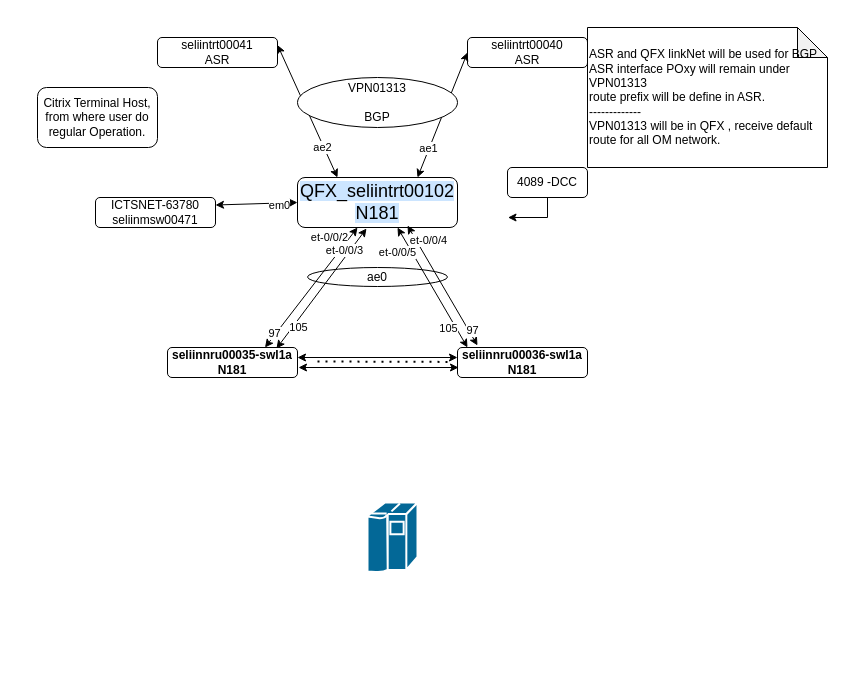
Above: page "VPN01313" (4 of 4) of N99_N280EXMPLE.drawio in nabi69/python-random-quote (draw.io), before the change. Source tidied: cells renumbered, new cells numbered last; positions are measured from the earlier drawing's top-left corner, leaving out a move shared by most shapes. Both pictures are drawn from the tidied source at 100%, with x=0, y=0 at pixel (37, 27).
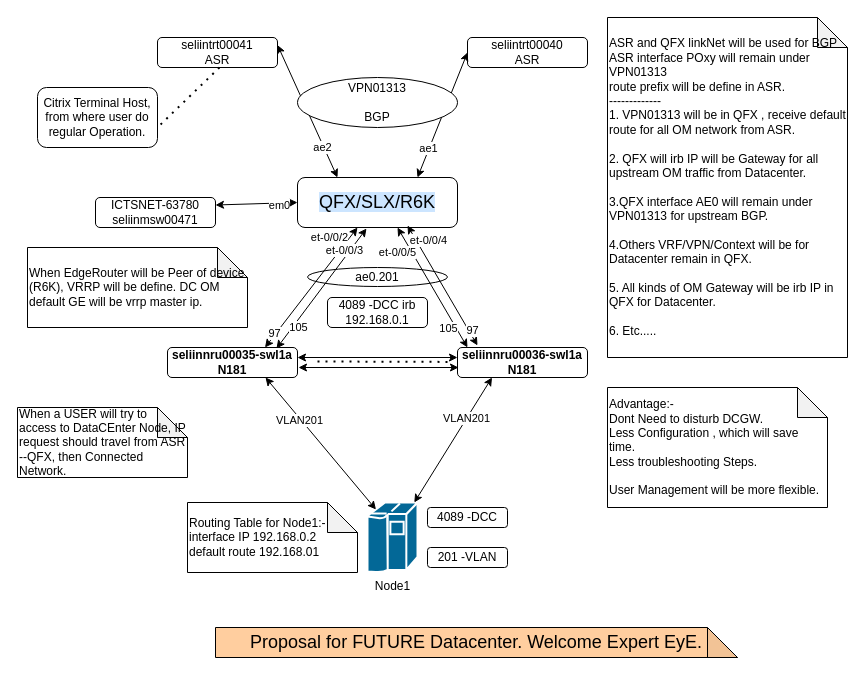
The same page after the edit.

Change to the diagram source:
```diff
@@
-    <mxCell id="2" value="ae0" style="ellipse;whiteSpace=wrap;html=1;" parent="1" vertex="1">
+    <mxCell id="2" value="ae0.201" style="ellipse;whiteSpace=wrap;html=1;" parent="1" vertex="1">
       <mxGeometry x="270" y="240" width="140" height="19" as="geometry" />
     </mxCell>
-    <mxCell id="3" value="&lt;font style=&quot;font-size: 18px; background-color: rgb(204, 229, 255);&quot;&gt;QFX_seliintrt00102&lt;br style=&quot;&quot;&gt;N181&lt;/font&gt;" style="rounded=1;whiteSpace=wrap;html=1;fontSize=8;" parent="1" vertex="1">
+    <mxCell id="3" value="&lt;font style=&quot;font-size: 18px; background-color: rgb(204, 229, 255);&quot;&gt;QFX/SLX/R6K&lt;/font&gt;" style="rounded=1;whiteSpace=wrap;html=1;fontSize=8;" parent="1" vertex="1">
       <mxGeometry x="260" y="150" width="160" height="50" as="geometry" />
     </mxCell>
@@
-    <mxCell id="30" style="edgeStyle=orthogonalEdgeStyle;rounded=0;jettySize=auto;html=1;exitX=0.5;exitY=1;exitDx=0;exitDy=0;" parent="1" edge="1" source="31">
-      <mxGeometry relative="1" as="geometry">
-        <mxPoint x="470" y="190" as="targetPoint" />
-      </mxGeometry>
-    </mxCell>
     <mxCell id="31" value="4089 -DCC" style="rounded=1;whiteSpace=wrap;html=1;" parent="1" vertex="1">
-      <mxGeometry x="470" y="140" width="80" height="30" as="geometry" />
+      <mxGeometry x="390" y="480" width="80" height="20" as="geometry" />
     </mxCell>
@@
-    <mxCell id="33" style="shape=mxgraph.cisco.computers_and_peripherals.ibm_mainframe;sketch=0;html=1;dashed=0;fillColor=#036897;strokeColor=#ffffff;strokeWidth=2;verticalLabelPosition=bottom;verticalAlign=top;align=center;outlineConnect=0;" parent="1" vertex="1">
+    <mxCell id="33" value="Node1" style="shape=mxgraph.cisco.computers_and_peripherals.ibm_mainframe;sketch=0;html=1;dashed=0;fillColor=#036897;strokeColor=#ffffff;strokeWidth=2;verticalLabelPosition=bottom;verticalAlign=top;align=center;outlineConnect=0;" parent="1" vertex="1">
       <mxGeometry x="330" y="475" width="50" height="70" as="geometry" />
     </mxCell>
-    <mxCell id="34" value="ASR and QFX linkNet will be used for BGP&lt;br&gt;ASR interface POxy will remain under VPN01313&lt;br&gt;route prefix will be define in ASR.&lt;br&gt;-------------&amp;nbsp;&lt;br&gt;VPN01313 will be in QFX , receive default route for all OM network." style="shape=note;whiteSpace=wrap;html=1;backgroundOutline=1;darkOpacity=0.05;align=left;" parent="1" vertex="1">
-      <mxGeometry x="550" width="240" height="140" as="geometry" />
+    <mxCell id="34" value="ASR and QFX linkNet will be used for BGP&lt;br&gt;ASR interface POxy will remain under VPN01313&lt;br&gt;route prefix will be define in ASR.&lt;br&gt;-------------&amp;nbsp;&lt;br&gt;1. VPN01313 will be in QFX , receive default route for all OM network from ASR.&lt;br&gt;&lt;br&gt;2. QFX will irb IP will be Gateway for all upstream OM traffic from Datacenter.&lt;br&gt;&lt;br&gt;3.QFX interface AE0 will remain under VPN01313 for upstream BGP.&lt;br&gt;&lt;br&gt;4.Others VRF/VPN/Context will be for Datacenter remain in QFX.&lt;br&gt;&lt;br&gt;5. All kinds of OM Gateway will be irb IP in QFX for Datacenter.&lt;br&gt;&lt;br&gt;6. Etc....." style="shape=note;whiteSpace=wrap;html=1;backgroundOutline=1;darkOpacity=0.05;align=left;" parent="1" vertex="1">
+      <mxGeometry x="570" y="-10" width="240" height="340" as="geometry" />
     </mxCell>
@@
+    <mxCell id="36" style="endArrow=none;dashed=1;html=1;dashPattern=1 3;strokeWidth=2;rounded=0;" parent="1" edge="1">
+      <mxGeometry relative="1" as="geometry">
+        <mxPoint x="182" y="40" as="sourcePoint" />
+        <mxPoint x="120" y="100" as="targetPoint" />
+      </mxGeometry>
+    </mxCell>
+    <mxCell id="37" style="endArrow=classic;startArrow=classic;html=1;rounded=0;exitX=0.17;exitY=0.1;exitDx=0;exitDy=0;exitPerimeter=0;" parent="1" edge="1" source="33">
+      <mxGeometry relative="1" as="geometry">
+        <mxPoint x="228" y="350" as="targetPoint" />
+      </mxGeometry>
+    </mxCell>
+    <mxCell id="38" value="VLAN201" style="edgeLabel;html=1;align=center;verticalAlign=middle;" parent="37" vertex="1">
+      <mxGeometry x="0.37" y="1" relative="1" as="geometry" />
+    </mxCell>
+    <mxCell id="39" style="endArrow=classic;startArrow=classic;html=1;rounded=0;" parent="1" edge="1" source="33">
+      <mxGeometry relative="1" as="geometry">
+        <mxPoint x="454.5" y="350" as="targetPoint" />
+      </mxGeometry>
+    </mxCell>
+    <mxCell id="40" value="VLAN201" style="edgeLabel;html=1;align=center;verticalAlign=middle;" parent="39" vertex="1">
+      <mxGeometry x="0.34" y="1" relative="1" as="geometry" />
+    </mxCell>
+    <mxCell id="41" value="201 -VLAN" style="rounded=1;whiteSpace=wrap;html=1;" parent="1" vertex="1">
+      <mxGeometry x="390" y="520" width="80" height="20" as="geometry" />
+    </mxCell>
+    <mxCell id="42" value="4089 -DCC irb&lt;br&gt;192.168.0.1" style="rounded=1;whiteSpace=wrap;html=1;" parent="1" vertex="1">
+      <mxGeometry x="290" y="270" width="100" height="30" as="geometry" />
+    </mxCell>
+    <mxCell id="43" value="When EdgeRouter will be Peer of device (R6K), VRRP will be define. DC OM default GE will be vrrp master ip." style="shape=note;whiteSpace=wrap;html=1;backgroundOutline=1;darkOpacity=0.05;align=left;" parent="1" vertex="1">
+      <mxGeometry x="-10" y="220" width="220" height="80" as="geometry" />
+    </mxCell>
+    <mxCell id="44" value="Routing Table for Node1:-&lt;br&gt;interface IP 192.168.0.2&lt;br&gt;default route 192.168.01" style="shape=note;whiteSpace=wrap;html=1;backgroundOutline=1;darkOpacity=0.05;align=left;" parent="1" vertex="1">
+      <mxGeometry x="150" y="475" width="170" height="70" as="geometry" />
+    </mxCell>
+    <mxCell id="45" value="When a USER will try to access to DataCEnter Node, IP request should travel from ASR --QFX, then Connected Network." style="shape=note;whiteSpace=wrap;html=1;backgroundOutline=1;darkOpacity=0.05;align=left;" parent="1" vertex="1">
+      <mxGeometry x="-20" y="380" width="170" height="70" as="geometry" />
+    </mxCell>
+    <mxCell id="46" value="Advantage:-&amp;nbsp;&lt;br&gt;Dont Need to disturb DCGW.&lt;br&gt;Less Configuration , which will save time.&lt;br&gt;Less troubleshooting Steps.&lt;br&gt;&lt;br&gt;User Management will be more flexible.&amp;nbsp;" style="shape=note;whiteSpace=wrap;html=1;backgroundOutline=1;darkOpacity=0.05;align=left;" parent="1" vertex="1">
+      <mxGeometry x="570" y="360" width="220" height="120" as="geometry" />
+    </mxCell>
+    <mxCell id="47" value="&lt;font style=&quot;font-size: 18px;&quot;&gt;Proposal for FUTURE Datacenter. Welcome Expert EyE.&lt;/font&gt;" style="shape=note;whiteSpace=wrap;html=1;backgroundOutline=1;darkOpacity=0.05;align=center;fillColor=#FFCE9F;" parent="1" vertex="1">
+      <mxGeometry x="178" y="600" width="522" height="30" as="geometry" />
+    </mxCell>
```
